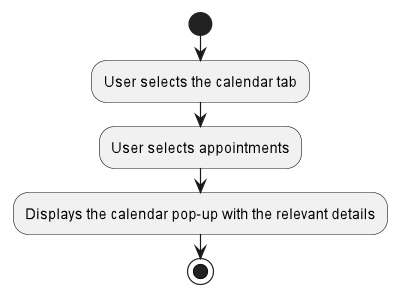
Before: docs/images/CalendarPopUpActivityDiagram.png, a diagram exported from PlantUML (nus-cs2103-AY2223S1/tp). Its source is kept beside it as docs/diagrams/CalendarPopUpActivityDiagram.puml.
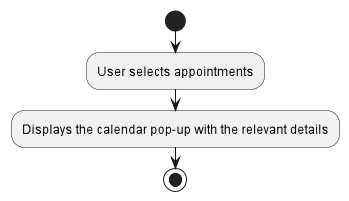
The same file after the commit.

Commit message:
Update calendar activty diagrams

Change to the diagram source:
```diff
@@ -1,7 +1,6 @@
 @startuml
 
 start
-:User selects the calendar tab;
 :User selects appointments;
 :Displays the calendar pop-up with the relevant details;
 stop
```
